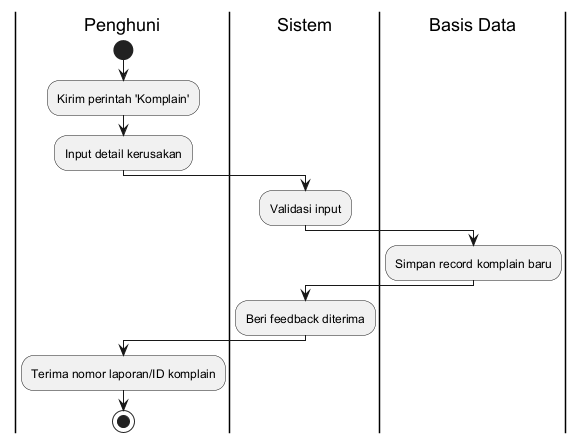
Earlier version of the PlantUML export docs/diagrams/13_activity_diagram_ajukan_komplain.png (ahmadyasser72/tem-2).
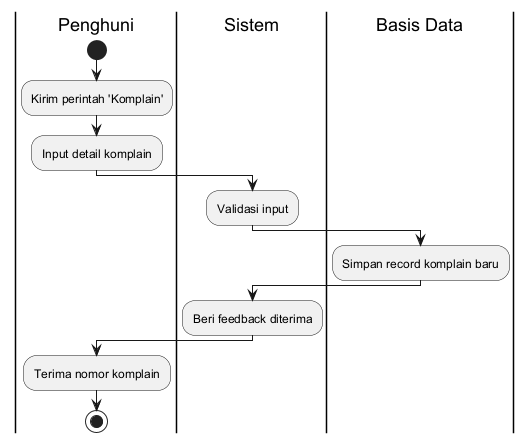
The same diagram one commit later.

Change to the diagram source:
```diff
@@ -2,7 +2,7 @@
 |Penghuni|
 start
 :Kirim perintah 'Komplain';
-:Input detail kerusakan;
+:Input detail komplain;
 |Sistem|
 :Validasi input;
 |Basis Data|
@@ -10,6 +10,6 @@
 |Sistem|
 :Beri feedback diterima;
 |Penghuni|
-:Terima nomor laporan/ID komplain;
+:Terima nomor komplain;
 stop
 @enduml
```
